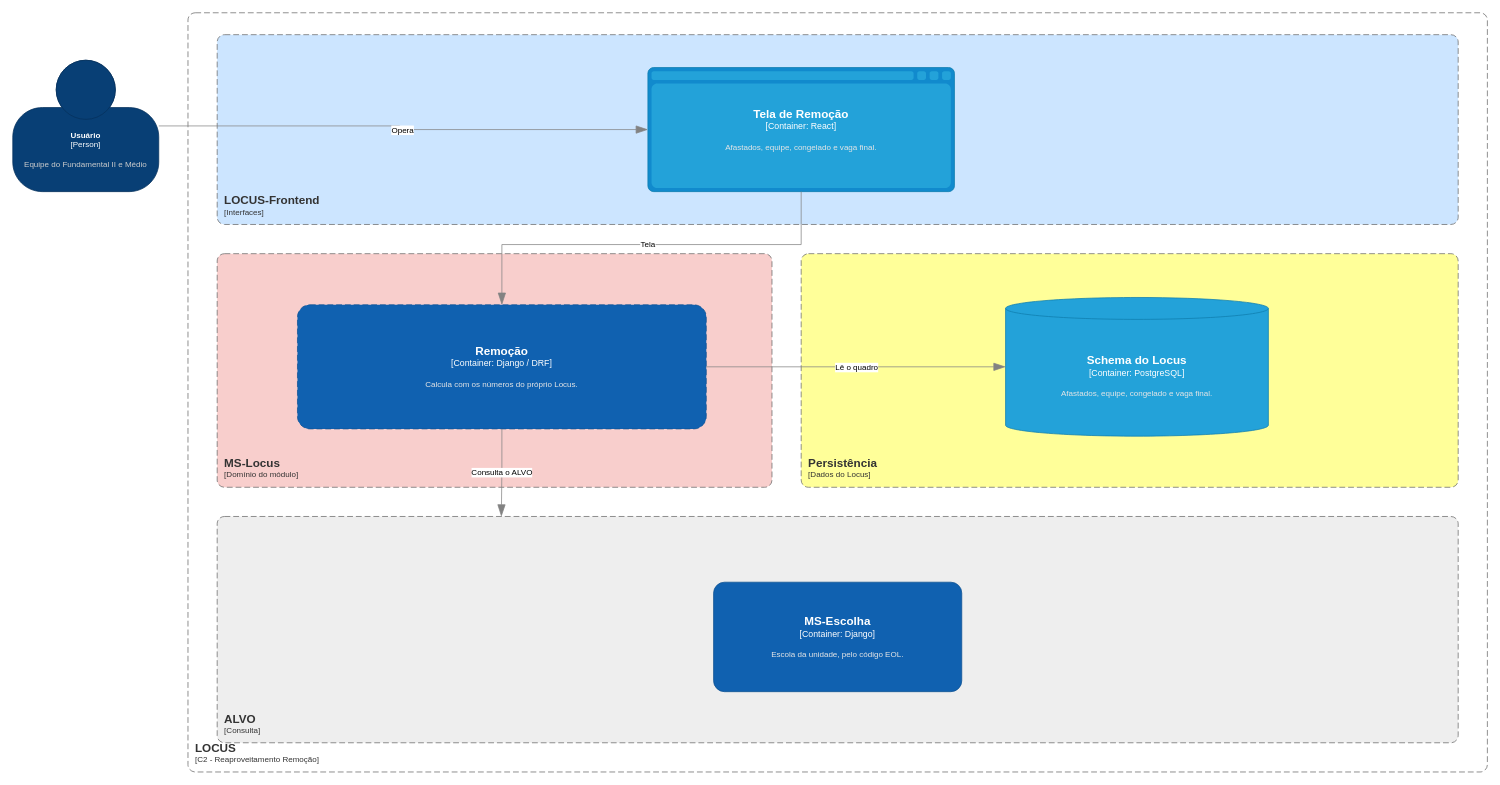
ronaldorobledo1902/SIGLA keeps this draw.io diagram as page "C2 - Reaproveitamento Remoção" (14 of 15) of Locus/diagramas/assets/ARQUITETURA - LOCUS - C4.drawio. Above is the earlier version. Source tidied: cells renumbered, new cells numbered last; positions are measured from the earlier drawing's top-left corner, leaving out a move shared by most shapes. Both pictures are drawn from the tidied source at 73%, with x=0, y=0 at pixel (12, 12).
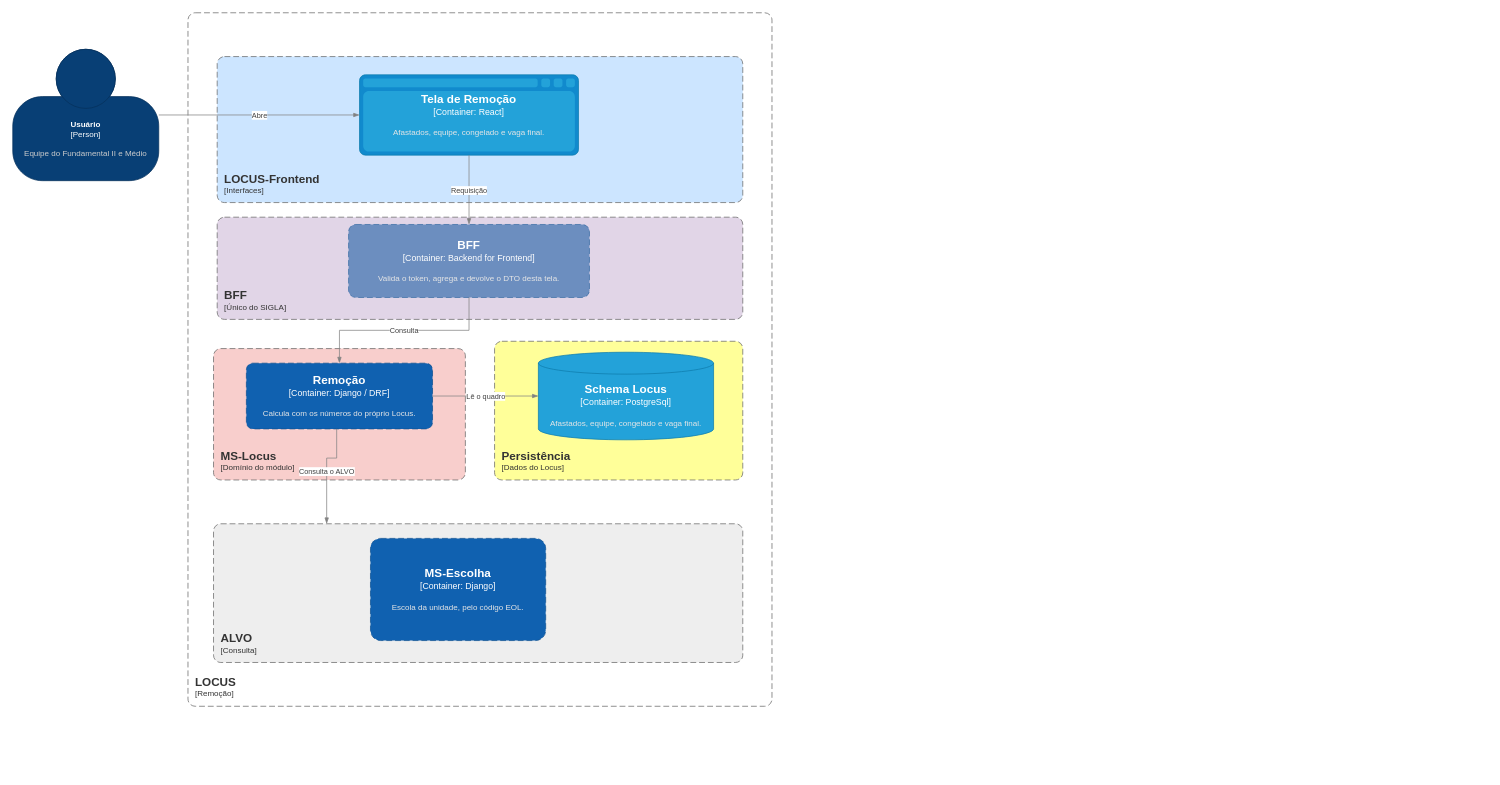
After the change.

Change to the diagram source:
```diff
@@
     <mxCell id="2" value="&lt;b&gt;Usuário&lt;/b&gt;&lt;div&gt;[Person]&lt;/div&gt;&lt;br&gt;&lt;font color=&quot;#cccccc&quot;&gt;Equipe do Fundamental II e Médio&lt;/font&gt;" style="html=1;fontSize=11;dashed=0;whiteSpace=wrap;fillColor=#083F75;strokeColor=#06315C;fontColor=#ffffff;shape=mxgraph.c4.person2;align=center;" parent="1" vertex="1">
-      <mxGeometry y="65" width="200" height="180" as="geometry" />
+      <mxGeometry y="50" width="200" height="180" as="geometry" />
     </mxCell>
-    <object id="3" label="&lt;font style=&quot;font-size: 16px&quot;&gt;&lt;b&gt;&lt;div style=&quot;text-align: left&quot;&gt;%c4Name%&lt;/div&gt;&lt;/b&gt;&lt;/font&gt;&lt;div style=&quot;text-align: left&quot;&gt;[%c4Application%]&lt;/div&gt;" c4Application="C2 - Reaproveitamento Remoção" c4Name="LOCUS" placeholders="1">
+    <object id="3" label="&lt;font style=&quot;font-size: 16px&quot;&gt;&lt;b&gt;&lt;div style=&quot;text-align: left&quot;&gt;%c4Name%&lt;/div&gt;&lt;/b&gt;&lt;/font&gt;&lt;div style=&quot;text-align: left&quot;&gt;[%c4Application%]&lt;/div&gt;" c4Application="Remoção" c4Name="LOCUS" placeholders="1">
       <mxCell style="rounded=1;fontSize=11;whiteSpace=wrap;html=1;dashed=1;arcSize=20;strokeColor=#666666;fontColor=#333333;labelBackgroundColor=none;align=left;verticalAlign=bottom;labelBorderColor=none;spacingTop=0;spacing=10;dashPattern=8 4;perimeter=rectanglePerimeter;noLabel=0;labelPadding=0;absoluteArcSize=1;fillColor=none;" parent="1" vertex="1">
-        <mxGeometry x="240" width="1780" height="1040" as="geometry" />
+        <mxGeometry x="240" width="800" height="950" as="geometry" />
       </mxCell>
     </object>
     <object id="4" label="&lt;font style=&quot;font-size: 16px&quot;&gt;&lt;b&gt;&lt;div style=&quot;text-align: left&quot;&gt;%c4Name%&lt;/div&gt;&lt;/b&gt;&lt;/font&gt;&lt;div style=&quot;text-align: left&quot;&gt;[%c4Application%]&lt;/div&gt;" c4Application="Interfaces" c4Name="LOCUS-Frontend" placeholders="1">
       <mxCell style="rounded=1;fontSize=11;whiteSpace=wrap;html=1;dashed=1;arcSize=20;strokeColor=#666666;fontColor=#333333;labelBackgroundColor=none;align=left;verticalAlign=bottom;labelBorderColor=none;spacingTop=0;spacing=10;dashPattern=8 4;perimeter=rectanglePerimeter;noLabel=0;labelPadding=0;absoluteArcSize=1;fillColor=#CCE5FF;" parent="1" vertex="1">
-        <mxGeometry x="280" y="30" width="1700" height="260" as="geometry" />
+        <mxGeometry x="280" y="60" width="720" height="200" as="geometry" />
       </mxCell>
     </object>
     <object id="5" label="&lt;font style=&quot;font-size: 16px&quot;&gt;&lt;b&gt;%c4Name%&lt;/b&gt;&lt;/font&gt;&lt;div&gt;[%c4Type%:&amp;nbsp;%c4Technology%]&lt;/div&gt;&lt;br&gt;&lt;div&gt;&lt;font style=&quot;font-size: 11px&quot;&gt;&lt;font color=&quot;#E6E6E6&quot;&gt;%c4Description%&lt;/font&gt;&lt;/div&gt;" c4Description="Afastados, equipe, congelado e vaga final." c4Name="Tela de Remoção" c4Technology="React" c4Type="Container" placeholders="1">
       <mxCell style="shape=mxgraph.c4.webBrowserContainer2;whiteSpace=wrap;html=1;boundedLbl=1;rounded=0;labelBackgroundColor=none;fillColor=#23A2D9;strokeColor=#118ACD;strokeColor2=#0E7DAD;fontSize=12;fontColor=#ffffff;align=center;points=[[0.5,0,0],[1,0.25,0],[1,0.5,0],[1,0.75,0],[0.5,1,0],[0,0.75,0],[0,0.5,0],[0,0.25,0]];" parent="1" vertex="1">
-        <mxGeometry x="870" y="75" width="420" height="170" as="geometry" />
+        <mxGeometry x="475" y="85" width="300" height="110" as="geometry" />
       </mxCell>
     </object>
+    <object id="20" label="&lt;font style=&quot;font-size: 16px&quot;&gt;&lt;b&gt;&lt;div style=&quot;text-align: left&quot;&gt;%c4Name%&lt;/div&gt;&lt;/b&gt;&lt;/font&gt;&lt;div style=&quot;text-align: left&quot;&gt;[%c4Application%]&lt;/div&gt;" c4Application="Único do SIGLA" c4Name="BFF" placeholders="1">
+      <mxCell style="rounded=1;fontSize=11;whiteSpace=wrap;html=1;dashed=1;arcSize=20;strokeColor=#666666;fontColor=#333333;labelBackgroundColor=none;align=left;verticalAlign=bottom;labelBorderColor=none;spacingTop=0;spacing=10;dashPattern=8 4;perimeter=rectanglePerimeter;noLabel=0;labelPadding=0;absoluteArcSize=1;fillColor=#E1D5E7;" parent="1" vertex="1">
+        <mxGeometry x="280" y="280" width="720" height="140" as="geometry" />
+      </mxCell>
+    </object>
+    <object id="21" label="&lt;font style=&quot;font-size: 16px&quot;&gt;&lt;b&gt;%c4Name%&lt;/b&gt;&lt;/font&gt;&lt;div&gt;[%c4Type%:&amp;nbsp;%c4Technology%]&lt;/div&gt;&lt;br&gt;&lt;div&gt;&lt;font style=&quot;font-size: 11px&quot;&gt;&lt;font color=&quot;#E6E6E6&quot;&gt;%c4Description%&lt;/font&gt;&lt;/div&gt;" c4Description="Valida o token, agrega e devolve o DTO desta tela." c4Name="BFF" c4Technology="Backend for Frontend" c4Type="Container" placeholders="1">
+      <mxCell style="rounded=1;whiteSpace=wrap;html=1;fontSize=12;labelBackgroundColor=none;fillColor=#6C8EBF;fontColor=#ffffff;align=center;arcSize=10;strokeColor=#3A6EA5;points=[[0.25,0,0],[0.5,0,0],[0.75,0,0],[1,0.25,0],[1,0.5,0],[1,0.75,0],[0.75,1,0],[0.5,1,0],[0.25,1,0],[0,0.75,0],[0,0.5,0],[0,0.25,0]];dashed=1;dashPattern=8 4;" parent="1" vertex="1">
+        <mxGeometry x="460" y="290" width="330" height="100" as="geometry" />
+      </mxCell>
+    </object>
     <object id="6" label="&lt;font style=&quot;font-size: 16px&quot;&gt;&lt;b&gt;&lt;div style=&quot;text-align: left&quot;&gt;%c4Name%&lt;/div&gt;&lt;/b&gt;&lt;/font&gt;&lt;div style=&quot;text-align: left&quot;&gt;[%c4Application%]&lt;/div&gt;" c4Application="Domínio do módulo" c4Name="MS-Locus" placeholders="1">
       <mxCell style="rounded=1;fontSize=11;whiteSpace=wrap;html=1;dashed=1;arcSize=20;strokeColor=#666666;fontColor=#333333;labelBackgroundColor=none;align=left;verticalAlign=bottom;labelBorderColor=none;spacingTop=0;spacing=10;dashPattern=8 4;perimeter=rectanglePerimeter;noLabel=0;labelPadding=0;absoluteArcSize=1;fillColor=#F8CECC;" parent="1" vertex="1">
-        <mxGeometry x="280" y="330" width="760" height="320" as="geometry" />
+        <mxGeometry x="275" y="460" width="345" height="180" as="geometry" />
       </mxCell>
     </object>
     <object id="7" label="&lt;font style=&quot;font-size: 16px&quot;&gt;&lt;b&gt;%c4Name%&lt;/b&gt;&lt;/font&gt;&lt;div&gt;[%c4Type%:&amp;nbsp;%c4Technology%]&lt;/div&gt;&lt;br&gt;&lt;div&gt;&lt;font style=&quot;font-size: 11px&quot;&gt;&lt;font color=&quot;#E6E6E6&quot;&gt;%c4Description%&lt;/font&gt;&lt;/div&gt;" c4Description="Calcula com os números do próprio Locus." c4Name="Remoção" c4Technology="Django / DRF" c4Type="Container" placeholders="1">
       <mxCell style="rounded=1;whiteSpace=wrap;html=1;fontSize=12;labelBackgroundColor=none;fillColor=#1061B0;fontColor=#ffffff;align=center;arcSize=10;strokeColor=#0D5091;points=[[0.25,0,0],[0.5,0,0],[0.75,0,0],[1,0.25,0],[1,0.5,0],[1,0.75,0],[0.75,1,0],[0.5,1,0],[0.25,1,0],[0,0.75,0],[0,0.5,0],[0,0.25,0]];dashed=1;dashPattern=8 4;" parent="1" vertex="1">
-        <mxGeometry x="390" y="400" width="560" height="170" as="geometry" />
+        <mxGeometry x="320" y="480" width="255" height="90" as="geometry" />
       </mxCell>
     </object>
     <object id="8" label="&lt;font style=&quot;font-size: 16px&quot;&gt;&lt;b&gt;&lt;div style=&quot;text-align: left&quot;&gt;%c4Name%&lt;/div&gt;&lt;/b&gt;&lt;/font&gt;&lt;div style=&quot;text-align: left&quot;&gt;[%c4Application%]&lt;/div&gt;" c4Application="Dados do Locus" c4Name="Persistência" placeholders="1">
       <mxCell style="rounded=1;fontSize=11;whiteSpace=wrap;html=1;dashed=1;arcSize=20;strokeColor=#666666;fontColor=#333333;labelBackgroundColor=none;align=left;verticalAlign=bottom;labelBorderColor=none;spacingTop=0;spacing=10;dashPattern=8 4;perimeter=rectanglePerimeter;noLabel=0;labelPadding=0;absoluteArcSize=1;fillColor=#FFFF99;" parent="1" vertex="1">
-        <mxGeometry x="1080" y="330" width="900" height="320" as="geometry" />
+        <mxGeometry x="660" y="450" width="340" height="190" as="geometry" />
       </mxCell>
     </object>
-    <object id="9" label="&lt;font style=&quot;font-size: 16px&quot;&gt;&lt;b&gt;%c4Name%&lt;/b&gt;&lt;/font&gt;&lt;div&gt;[%c4Type%:&amp;nbsp;%c4Technology%]&lt;/div&gt;&lt;br&gt;&lt;div&gt;&lt;font style=&quot;font-size: 11px&quot;&gt;&lt;font color=&quot;#E6E6E6&quot;&gt;%c4Description%&lt;/font&gt;&lt;/div&gt;" c4Description="Afastados, equipe, congelado e vaga final." c4Name="Schema do Locus" c4Technology="PostgreSQL" c4Type="Container" placeholders="1">
-      <mxCell style="shape=cylinder3;size=15;whiteSpace=wrap;html=1;boundedLbl=1;rounded=0;labelBackgroundColor=none;fillColor=#23A2D9;fontSize=12;fontColor=#ffffff;align=center;strokeColor=#0E7DAD;points=[[0.5,0,0],[1,0.25,0],[1,0.5,0],[1,0.75,0],[0.5,1,0],[0,0.75,0],[0,0.5,0],[0,0.25,0]];" parent="1" vertex="1">
-        <mxGeometry x="1360" y="390" width="360" height="190" as="geometry" />
-      </mxCell>
-    </object>
     <object id="10" label="&lt;font style=&quot;font-size: 16px&quot;&gt;&lt;b&gt;&lt;div style=&quot;text-align: left&quot;&gt;%c4Name%&lt;/div&gt;&lt;/b&gt;&lt;/font&gt;&lt;div style=&quot;text-align: left&quot;&gt;[%c4Application%]&lt;/div&gt;" c4Application="Consulta" c4Name="ALVO" placeholders="1">
       <mxCell style="rounded=1;fontSize=11;whiteSpace=wrap;html=1;dashed=1;arcSize=20;strokeColor=#666666;fontColor=#333333;labelBackgroundColor=none;align=left;verticalAlign=bottom;labelBorderColor=none;spacingTop=0;spacing=10;dashPattern=8 4;perimeter=rectanglePerimeter;noLabel=0;labelPadding=0;absoluteArcSize=1;points=[[0.25,0,0],[0.5,0,0],[0.75,0,0],[1,0.25,0],[1,0.5,0],[1,0.75,0],[0.75,1,0],[0.5,1,0],[0.25,1,0],[0,0.75,0],[0,0.5,0],[0,0.25,0]];fillColor=#EEEEEE;" parent="1" vertex="1">
-        <mxGeometry x="280" y="690" width="1700" height="310" as="geometry" />
+        <mxGeometry x="275" y="700" width="725" height="190" as="geometry" />
       </mxCell>
     </object>
     <object id="11" label="&lt;font style=&quot;font-size: 16px&quot;&gt;&lt;b&gt;%c4Name%&lt;/b&gt;&lt;/font&gt;&lt;div&gt;[%c4Type%:&amp;nbsp;%c4Technology%]&lt;/div&gt;&lt;br&gt;&lt;div&gt;&lt;font style=&quot;font-size: 11px&quot;&gt;&lt;font color=&quot;#E6E6E6&quot;&gt;%c4Description%&lt;/font&gt;&lt;/div&gt;" c4Description="Escola da unidade, pelo código EOL." c4Name="MS-Escolha" c4Technology="Django" c4Type="Container" placeholders="1">
-      <mxCell style="rounded=1;whiteSpace=wrap;html=1;fontSize=12;labelBackgroundColor=none;fillColor=#1061B0;fontColor=#ffffff;align=center;arcSize=10;strokeColor=#0D5091;" parent="1" vertex="1">
-        <mxGeometry x="960" y="780" width="340" height="150" as="geometry" />
+      <mxCell style="rounded=1;whiteSpace=wrap;html=1;fontSize=12;labelBackgroundColor=none;fillColor=#1061B0;fontColor=#ffffff;align=center;arcSize=10;strokeColor=#0D5091;dashed=1;dashPattern=8 4;" parent="1" vertex="1">
+        <mxGeometry x="490" y="720" width="240" height="140" as="geometry" />
       </mxCell>
     </object>
-    <mxCell id="12" style="endArrow=blockThin;html=1;fontSize=10;fontColor=#404040;strokeWidth=1;endFill=1;strokeColor=#828282;endSize=14;startSize=14;rounded=0;jettySize=auto;orthogonal=1;edgeStyle=orthogonalEdgeStyle;exitX=1;exitY=0.5;entryX=0;entryY=0.5;" parent="1" edge="1" source="2" target="5">
+    <mxCell id="12" value="Abre" style="endArrow=blockThin;html=1;fontSize=10;fontColor=#404040;strokeWidth=1;endFill=1;strokeColor=#828282;rounded=0;jettySize=auto;orthogonal=1;edgeStyle=orthogonalEdgeStyle;exitX=1;exitY=0.5;entryX=0;entryY=0.5;" parent="1" edge="1" source="2" target="5">
       <mxGeometry relative="1" as="geometry" />
     </mxCell>
-    <mxCell id="13" value="Opera" style="edgeLabel;html=1;align=center;verticalAlign=middle;labelBackgroundColor=#ffffff;" parent="12" vertex="1">
-      <mxGeometry relative="1" as="geometry" />
-    </mxCell>
-    <mxCell id="14" style="endArrow=blockThin;html=1;fontSize=10;fontColor=#404040;strokeWidth=1;endFill=1;strokeColor=#828282;endSize=14;startSize=14;rounded=0;jettySize=auto;orthogonal=1;edgeStyle=orthogonalEdgeStyle;exitX=0.5;exitY=1;entryX=0.5;entryY=0;" parent="1" edge="1" source="5" target="7">
-      <mxGeometry relative="1" as="geometry" />
-    </mxCell>
-    <mxCell id="15" value="Tela" style="edgeLabel;html=1;align=center;verticalAlign=middle;labelBackgroundColor=#ffffff;" parent="14" vertex="1">
-      <mxGeometry relative="1" as="geometry" />
-    </mxCell>
-    <mxCell id="16" style="endArrow=blockThin;html=1;fontSize=10;fontColor=#404040;strokeWidth=1;endFill=1;strokeColor=#828282;endSize=14;startSize=14;rounded=0;jettySize=auto;orthogonal=1;edgeStyle=orthogonalEdgeStyle;exitX=1;exitY=0.5;entryX=0;entryY=0.5;" parent="1" edge="1" source="7" target="9">
-      <mxGeometry relative="1" as="geometry" />
-    </mxCell>
+    <mxCell id="22" value="Requisição" style="endArrow=blockThin;html=1;fontSize=10;fontColor=#404040;strokeWidth=1;endFill=1;strokeColor=#828282;rounded=0;jettySize=auto;orthogonal=1;edgeStyle=orthogonalEdgeStyle;exitX=0.5;exitY=1;entryX=0.5;entryY=0;" parent="1" edge="1" source="5" target="21">
+      <mxGeometry relative="1" as="geometry" />
+    </mxCell>
+    <mxCell id="23" value="Consulta" style="endArrow=blockThin;html=1;fontSize=10;fontColor=#404040;strokeWidth=1;endFill=1;strokeColor=#828282;rounded=0;jettySize=auto;orthogonal=1;edgeStyle=orthogonalEdgeStyle;exitX=0.5;exitY=1;entryX=0.5;entryY=0;" parent="1" edge="1" source="21" target="7">
+      <mxGeometry relative="1" as="geometry" />
+    </mxCell>
-    <mxCell id="17" value="Lê o quadro" style="edgeLabel;html=1;align=center;verticalAlign=middle;labelBackgroundColor=#ffffff;" parent="16" vertex="1">
+    <mxCell id="17" value="Lê o quadro" style="endArrow=blockThin;html=1;fontSize=10;fontColor=#404040;strokeWidth=1;endFill=1;strokeColor=#828282;rounded=0;jettySize=auto;orthogonal=1;edgeStyle=orthogonalEdgeStyle;exitX=1;exitY=0.5;" parent="1" edge="1" source="7" target="9">
       <mxGeometry relative="1" as="geometry" />
     </mxCell>
-    <mxCell id="18" style="endArrow=blockThin;html=1;fontSize=10;fontColor=#404040;strokeWidth=1;endFill=1;strokeColor=#828282;endSize=14;startSize=14;rounded=0;jettySize=auto;orthogonal=1;edgeStyle=orthogonalEdgeStyle;exitX=0.5;exitY=1;entryX=0.229;entryY=0;" parent="1" edge="1" source="7" target="10">
-      <mxGeometry relative="1" as="geometry" />
-    </mxCell>
-    <mxCell id="19" value="Consulta o ALVO" style="edgeLabel;html=1;align=center;verticalAlign=middle;labelBackgroundColor=#ffffff;" parent="18" vertex="1">
-      <mxGeometry relative="1" as="geometry" />
+    <mxCell id="19" value="Consulta o ALVO" style="endArrow=blockThin;html=1;fontSize=10;fontColor=#404040;strokeWidth=1;endFill=1;strokeColor=#828282;rounded=0;orthogonalLoop=1;jettySize=auto;orthogonal=1;edgeStyle=orthogonalEdgeStyle;exitX=0.5;exitY=1;entryX=0.219;entryY=0;" parent="1" edge="1">
+      <mxGeometry relative="1" as="geometry">
+        <mxPoint x="443.7" y="570" as="sourcePoint" />
+        <mxPoint x="430" y="700" as="targetPoint" />
+        <Array as="points">
+          <mxPoint x="443.2" y="610" />
+          <mxPoint x="430.2" y="610" />
+        </Array>
+      </mxGeometry>
     </mxCell>
+    <object id="9" label="&lt;font style=&quot;font-size: 16px&quot;&gt;&lt;b&gt;%c4Name%&lt;/b&gt;&lt;/font&gt;&lt;div&gt;[%c4Type%:&amp;nbsp;%c4Technology%]&lt;/div&gt;&lt;br&gt;&lt;div&gt;&lt;font style=&quot;font-size: 11px&quot;&gt;&lt;font color=&quot;#E6E6E6&quot;&gt;%c4Description%&lt;/font&gt;&lt;/div&gt;" c4Description="Afastados, equipe, congelado e vaga final." c4Name="Schema Locus" c4Technology="PostgreSql" c4Type="Container" placeholders="1">
+      <mxCell style="shape=cylinder3;size=15;whiteSpace=wrap;html=1;boundedLbl=1;rounded=0;labelBackgroundColor=none;fillColor=#23A2D9;fontSize=12;fontColor=#ffffff;align=center;strokeColor=#0E7DAD;points=[[0.5,0,0],[1,0.25,0],[1,0.5,0],[1,0.75,0],[0.5,1,0],[0,0.75,0],[0,0.5,0],[0,0.25,0]];" parent="1" vertex="1">
+        <mxGeometry x="720" y="465" width="240" height="120" as="geometry" />
+      </mxCell>
+    </object>
```
